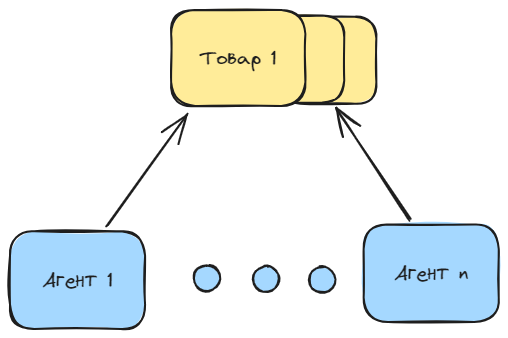
Above: assets/auctions/combinatorial.excalidraw.png in motololler070/GameTheoryDiplom (Excalidraw), before the change. Source tidied: one line per element, renumbered; positions are measured from the earlier drawing's top-left corner, leaving out a move shared by most shapes.
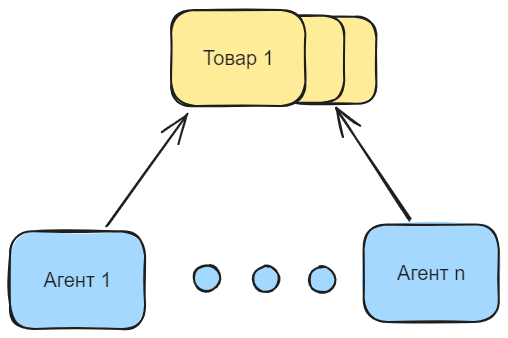
The same diagram one commit later.

What changed in the source:
```diff
@@ -1,13 +1,13 @@
 {"id": 0, "type": "rectangle", "strokeColor": "#1e1e1e", "backgroundColor": "#ffec99", "fillStyle": "solid", "strokeWidth": 2, "roughness": 1, "round": true, "x": 268, "y": 7, "width": 98, "height": 87}
 {"id": 1, "type": "rectangle", "strokeColor": "#1e1e1e", "backgroundColor": "#ffec99", "fillStyle": "solid", "strokeWidth": 2, "roughness": 1, "round": true, "x": 226, "y": 5, "width": 109, "height": 87}
 {"id": 2, "type": "rectangle", "strokeColor": "#1e1e1e", "backgroundColor": "#ffec99", "fillStyle": "solid", "strokeWidth": 2, "roughness": 1, "round": true, "x": 161, "y": 0, "width": 134, "height": 96}
-{"id": 3, "type": "text", "text": "Товар 1", "strokeColor": "#1e1e1e", "backgroundColor": "#ffec99", "fillStyle": "solid", "strokeWidth": 2, "roughness": 1, "fontSize": 20, "fontFamily": 1, "textAlign": "center", "verticalAlign": "middle", "inside": 2, "x": 190, "y": 36, "width": 76, "height": 25}
+{"id": 3, "type": "text", "text": "Товар 1", "strokeColor": "#1e1e1e", "backgroundColor": "#ffec99", "fillStyle": "solid", "strokeWidth": 2, "roughness": 1, "fontSize": 20, "fontFamily": 2, "textAlign": "center", "verticalAlign": "middle", "inside": 2, "x": 193, "y": 37, "width": 71, "height": 23}
 {"id": 4, "type": "arrow", "strokeColor": "#1e1e1e", "backgroundColor": "#ffec99", "fillStyle": "solid", "strokeWidth": 2, "roughness": 1, "endArrowhead": "arrow", "round": true, "from": 6, "to": 2, "x": 97, "y": 217, "width": 80, "height": 113, "points": [[0, 0], [80, -113]]}
 {"id": 5, "type": "arrow", "strokeColor": "#1e1e1e", "backgroundColor": "#ffec99", "fillStyle": "solid", "strokeWidth": 2, "roughness": 1, "endArrowhead": "arrow", "round": true, "from": 8, "to": 1, "x": 400, "y": 210, "width": 75, "height": 111, "points": [[0, 0], [-75, -111]]}
 {"id": 6, "type": "rectangle", "strokeColor": "#1e1e1e", "backgroundColor": "#a5d8ff", "fillStyle": "solid", "strokeWidth": 2, "roughness": 1, "round": true, "x": 0, "y": 221, "width": 135, "height": 98}
-{"id": 7, "type": "text", "text": "Агент 1", "strokeColor": "#1e1e1e", "backgroundColor": "#a5d8ff", "fillStyle": "solid", "strokeWidth": 2, "roughness": 1, "fontSize": 20, "fontFamily": 1, "textAlign": "center", "verticalAlign": "middle", "inside": 6, "x": 33, "y": 258, "width": 70, "height": 25}
+{"id": 7, "type": "text", "text": "Агент 1", "strokeColor": "#1e1e1e", "backgroundColor": "#a5d8ff", "fillStyle": "solid", "strokeWidth": 2, "roughness": 1, "fontSize": 20, "fontFamily": 2, "textAlign": "center", "verticalAlign": "middle", "inside": 6, "x": 33, "y": 259, "width": 68, "height": 23}
 {"id": 8, "type": "rectangle", "strokeColor": "#1e1e1e", "backgroundColor": "#a5d8ff", "fillStyle": "solid", "strokeWidth": 2, "roughness": 1, "round": true, "x": 354, "y": 214, "width": 135, "height": 98}
-{"id": 9, "type": "text", "text": "Агент n", "strokeColor": "#1e1e1e", "backgroundColor": "#a5d8ff", "fillStyle": "solid", "strokeWidth": 2, "roughness": 1, "fontSize": 20, "fontFamily": 1, "textAlign": "center", "verticalAlign": "middle", "inside": 8, "x": 384, "y": 251, "width": 74, "height": 25}
+{"id": 9, "type": "text", "text": "Агент n", "strokeColor": "#1e1e1e", "backgroundColor": "#a5d8ff", "fillStyle": "solid", "strokeWidth": 2, "roughness": 1, "fontSize": 20, "fontFamily": 2, "textAlign": "center", "verticalAlign": "middle", "inside": 8, "x": 387, "y": 252, "width": 68, "height": 23}
 {"id": 10, "type": "ellipse", "strokeColor": "#1e1e1e", "backgroundColor": "#a5d8ff", "fillStyle": "solid", "strokeWidth": 2, "roughness": 1, "round": true, "x": 184, "y": 255, "width": 26, "height": 26}
 {"id": 11, "type": "ellipse", "strokeColor": "#1e1e1e", "backgroundColor": "#a5d8ff", "fillStyle": "solid", "strokeWidth": 2, "roughness": 1, "round": true, "x": 243, "y": 256, "width": 26, "height": 26}
 {"id": 12, "type": "ellipse", "strokeColor": "#1e1e1e", "backgroundColor": "#a5d8ff", "fillStyle": "solid", "strokeWidth": 2, "roughness": 1, "round": true, "x": 299, "y": 256, "width": 26, "height": 26}
```
